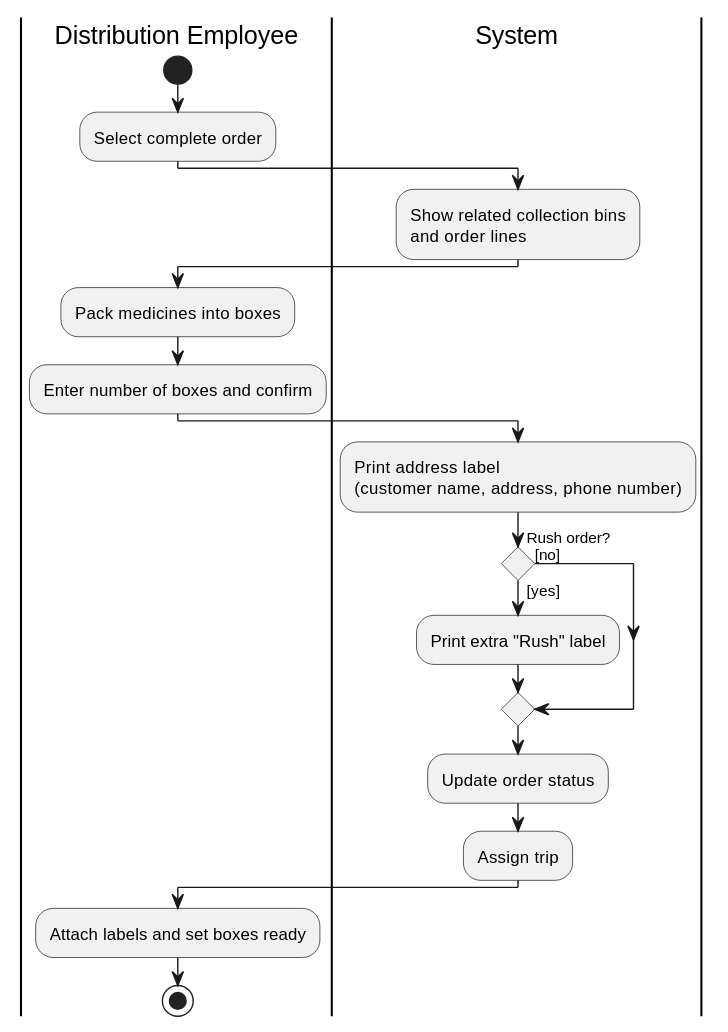
Before: Documentation/Architecture/uml/export/activity_diagrams/AD09_Pack_order.svg, a diagram exported from PlantUML (ViktorQorri/Project-Timaflu). Its diagram source:
```plantuml
@startuml
skinparam conditionStyle diamond
skinparam ConditionEndStyle diamond
skinparam ActivityDiamondFontSize 11
|Distribution Employee|
start
:Select complete order;
|System|
:Show related collection bins\nand order lines;
|Distribution Employee|
:Pack medicines into boxes;
:Enter number of boxes and confirm;
|System|
:Print address label\n(customer name, address, phone number);
if (Rush order?) then ([yes])
  :Print extra "Rush" label;
else ([no])
endif
:Update order status;
:Assign trip;
|Distribution Employee|
:Attach labels and set boxes ready;
stop
@enduml
```
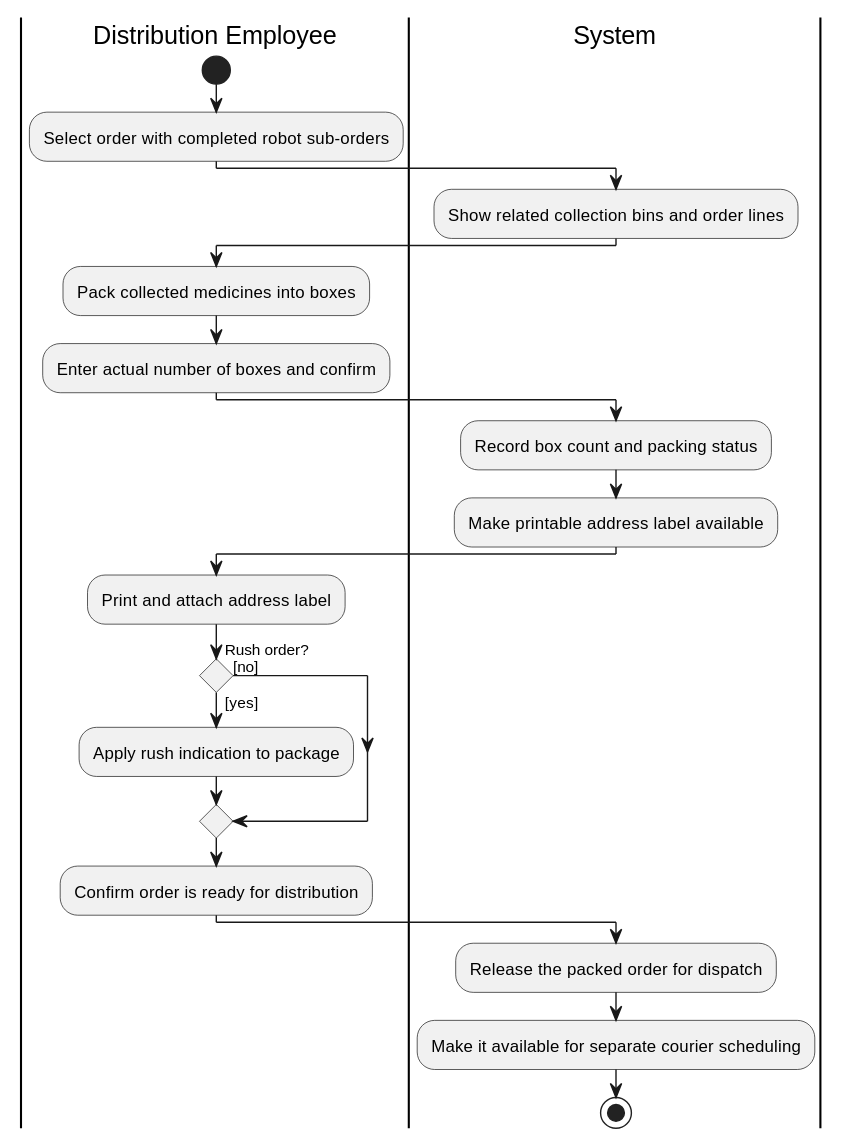
Above is the later version.

Diff of the diagram source:
```diff
@@ -2,23 +2,27 @@
 skinparam conditionStyle diamond
 skinparam ConditionEndStyle diamond
 skinparam ActivityDiamondFontSize 11
+
 |Distribution Employee|
 start
-:Select complete order;
+:Select order with completed robot sub-orders;
 |System|
-:Show related collection bins\nand order lines;
+:Show related collection bins and order lines;
 |Distribution Employee|
-:Pack medicines into boxes;
-:Enter number of boxes and confirm;
+:Pack collected medicines into boxes;
+:Enter actual number of boxes and confirm;
 |System|
-:Print address label\n(customer name, address, phone number);
+:Record box count and packing status;
+:Make printable address label available;
+|Distribution Employee|
+:Print and attach address label;
 if (Rush order?) then ([yes])
-  :Print extra "Rush" label;
+  :Apply rush indication to package;
 else ([no])
 endif
-:Update order status;
-:Assign trip;
-|Distribution Employee|
-:Attach labels and set boxes ready;
+:Confirm order is ready for distribution;
+|System|
+:Release the packed order for dispatch;
+:Make it available for separate courier scheduling;
 stop
 @enduml
```
